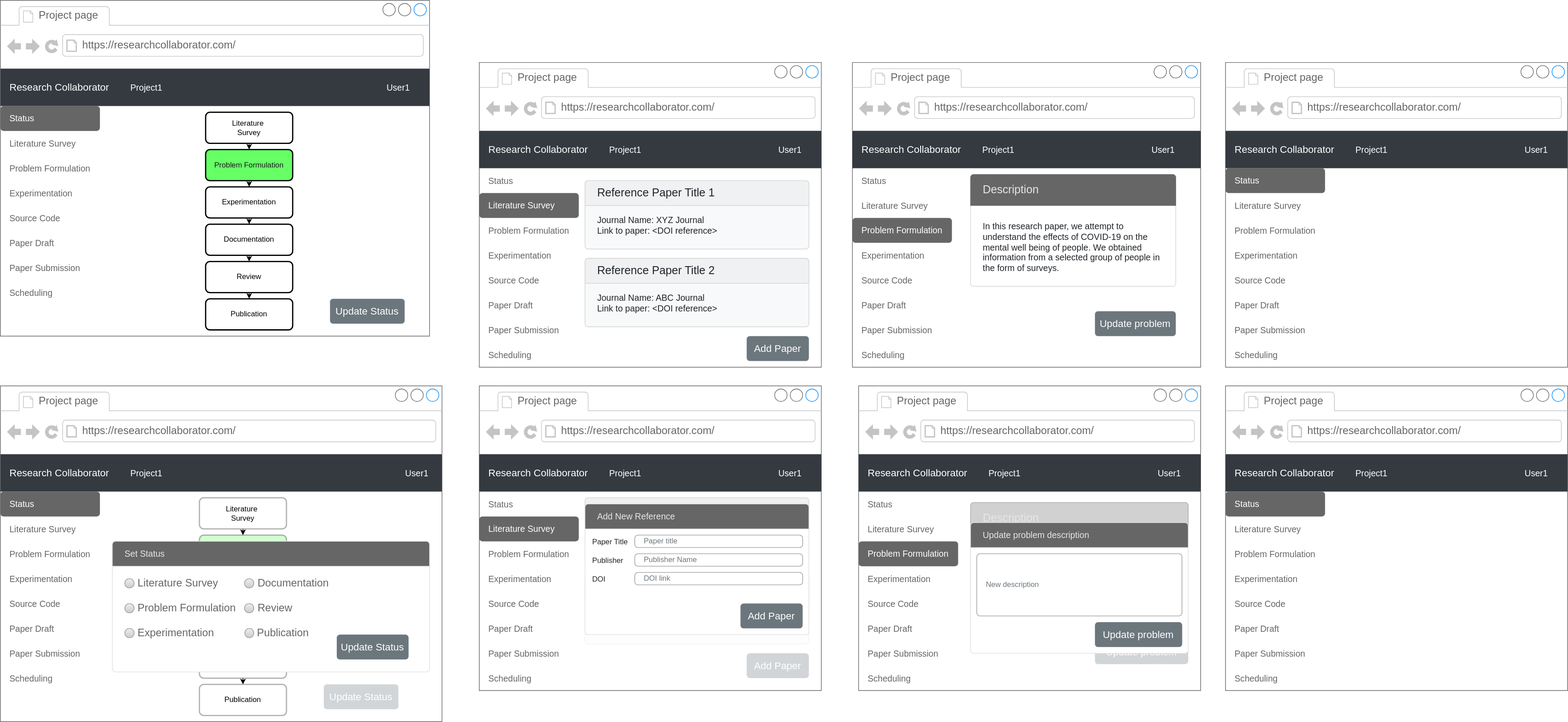
Before: mockups/project_tabs.svg, a diagram exported from draw.io (ajayago/research-collaborator). Source tidied: cells renumbered, new cells last; positions are measured from the earlier drawing's top-left corner, leaving out a move shared by most shapes.
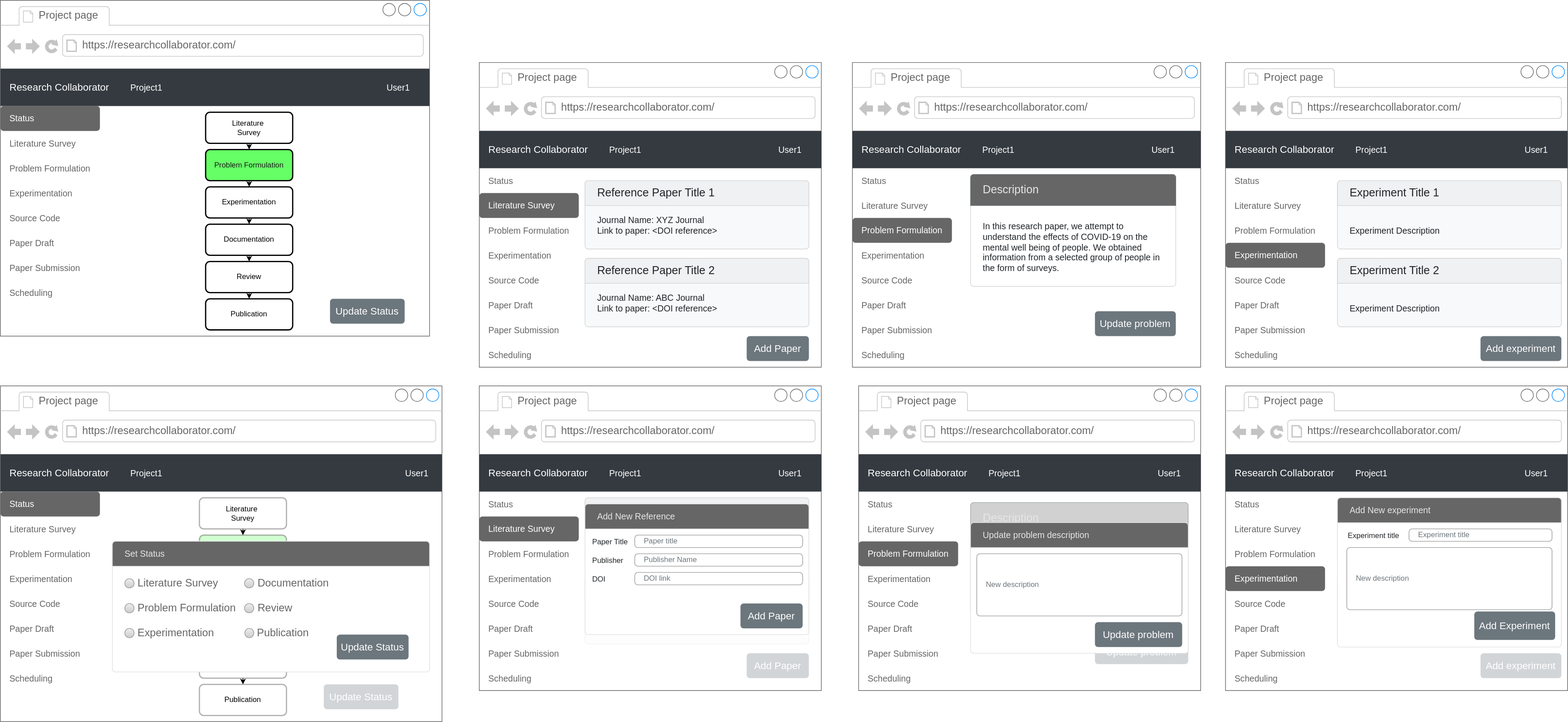
Later version of the same file.

Commit message:
Update project_tabs.svg - added experiment page

Diff of the diagram source:
```diff
@@ -183,8 +183,8 @@
         <mxPoint x="460" y="10" as="offset" />
       </mxGeometry>
     </mxCell>
-    <mxCell id="57" value="Status" style="html=1;shadow=0;dashed=0;shape=mxgraph.bootstrap.rrect;rSize=5;strokeColor=none;fontSize=14;fontColor=#ffffff;align=left;spacing=15;fillColor=#666666;" parent="51" vertex="1">
-      <mxGeometry y="170" width="160" height="40" as="geometry" />
+    <mxCell id="57" value="Experimentation" style="html=1;shadow=0;dashed=0;shape=mxgraph.bootstrap.rrect;rSize=5;strokeColor=none;fontSize=14;fontColor=#ffffff;align=left;spacing=15;fillColor=#666666;" parent="51" vertex="1">
+      <mxGeometry y="290" width="160" height="40" as="geometry" />
     </mxCell>
     <mxCell id="58" value="Literature Survey" style="fillColor=none;strokeColor=none;fontSize=14;align=left;spacing=15;fontColor=#666666;" parent="51" vertex="1">
       <mxGeometry y="210" width="130" height="40" as="geometry" />
@@ -192,8 +192,8 @@
     <mxCell id="59" value="Problem Formulation" style="fillColor=none;strokeColor=none;fontSize=14;align=left;spacing=15;fontColor=#666666;" parent="51" vertex="1">
       <mxGeometry y="250" width="130" height="40" as="geometry" />
     </mxCell>
-    <mxCell id="60" value="Experimentation" style="fillColor=none;strokeColor=none;fontSize=14;align=left;spacing=15;fontColor=#666666;" parent="51" vertex="1">
-      <mxGeometry y="290" width="130" height="40" as="geometry" />
+    <mxCell id="60" value="Status" style="fillColor=none;strokeColor=none;fontSize=14;align=left;spacing=15;fontColor=#666666;" parent="51" vertex="1">
+      <mxGeometry y="170" width="130" height="40" as="geometry" />
     </mxCell>
     <mxCell id="61" value="Source Code" style="fillColor=none;strokeColor=none;fontSize=14;align=left;spacing=15;fontColor=#666666;" parent="51" vertex="1">
       <mxGeometry y="330" width="130" height="40" as="geometry" />
@@ -207,6 +207,21 @@
     <mxCell id="64" value="Scheduling" style="fillColor=none;strokeColor=none;fontSize=14;align=left;spacing=15;fontColor=#666666;" parent="51" vertex="1">
       <mxGeometry y="450" width="130" height="40" as="geometry" />
     </mxCell>
+    <mxCell id="178" value="Experiment Description" style="html=1;shadow=0;dashed=0;shape=mxgraph.bootstrap.rrect;rSize=5;strokeColor=#D2D3D4;html=1;whiteSpace=wrap;fillColor=#F8F9FA;fontColor=#212529;verticalAlign=bottom;align=left;spacing=20;spacingBottom=0;fontSize=14;" parent="51" vertex="1">
+      <mxGeometry x="180" y="190" width="360" height="110" as="geometry" />
+    </mxCell>
+    <mxCell id="179" value="Experiment Title 1" style="html=1;shadow=0;dashed=0;shape=mxgraph.bootstrap.topButton;rSize=5;perimeter=none;whiteSpace=wrap;fillColor=#F0F1F2;strokeColor=#D2D3D4;fontColor=#212529;fontSize=18;align=left;spacing=20;" parent="178" vertex="1">
+      <mxGeometry width="360" height="40" relative="1" as="geometry" />
+    </mxCell>
+    <mxCell id="180" value="Experiment Description" style="html=1;shadow=0;dashed=0;shape=mxgraph.bootstrap.rrect;rSize=5;strokeColor=#D2D3D4;html=1;whiteSpace=wrap;fillColor=#F8F9FA;fontColor=#212529;verticalAlign=bottom;align=left;spacing=20;spacingBottom=0;fontSize=14;" parent="51" vertex="1">
+      <mxGeometry x="180" y="315" width="360" height="110" as="geometry" />
+    </mxCell>
+    <mxCell id="181" value="Experiment Title 2" style="html=1;shadow=0;dashed=0;shape=mxgraph.bootstrap.topButton;rSize=5;perimeter=none;whiteSpace=wrap;fillColor=#F0F1F2;strokeColor=#D2D3D4;fontColor=#212529;fontSize=18;align=left;spacing=20;" parent="180" vertex="1">
+      <mxGeometry width="360" height="40" relative="1" as="geometry" />
+    </mxCell>
+    <mxCell id="182" value="Add experiment" style="html=1;shadow=0;dashed=0;shape=mxgraph.bootstrap.rrect;rSize=5;strokeColor=none;strokeWidth=1;fillColor=#6C767D;fontColor=#FFFFFF;whiteSpace=wrap;align=center;verticalAlign=middle;spacingLeft=0;fontStyle=0;fontSize=16;spacing=5;" parent="51" vertex="1">
+      <mxGeometry x="410" y="440" width="130" height="40" as="geometry" />
+    </mxCell>
     <mxCell id="65" style="strokeWidth=1;shadow=0;dashed=0;align=center;html=1;shape=mxgraph.mockup.containers.browserWindow;rSize=0;strokeColor=#666666;strokeColor2=#008cff;strokeColor3=#c4c4c4;mainText=,;" parent="1" vertex="1">
       <mxGeometry y="620" width="710" height="540" as="geometry" />
     </mxCell>
@@ -433,8 +448,8 @@
         <mxPoint x="460" y="10" as="offset" />
       </mxGeometry>
     </mxCell>
-    <mxCell id="135" value="Status" style="html=1;shadow=0;dashed=0;shape=mxgraph.bootstrap.rrect;rSize=5;strokeColor=none;fontSize=14;fontColor=#ffffff;align=left;spacing=15;fillColor=#666666;" parent="129" vertex="1">
-      <mxGeometry y="170" width="160" height="40" as="geometry" />
+    <mxCell id="135" value="Experimentation" style="html=1;shadow=0;dashed=0;shape=mxgraph.bootstrap.rrect;rSize=5;strokeColor=none;fontSize=14;fontColor=#ffffff;align=left;spacing=15;fillColor=#666666;" parent="129" vertex="1">
+      <mxGeometry y="290" width="160" height="40" as="geometry" />
     </mxCell>
     <mxCell id="136" value="Literature Survey" style="fillColor=none;strokeColor=none;fontSize=14;align=left;spacing=15;fontColor=#666666;" parent="129" vertex="1">
       <mxGeometry y="210" width="130" height="40" as="geometry" />
@@ -442,8 +457,8 @@
     <mxCell id="137" value="Problem Formulation" style="fillColor=none;strokeColor=none;fontSize=14;align=left;spacing=15;fontColor=#666666;" parent="129" vertex="1">
       <mxGeometry y="250" width="130" height="40" as="geometry" />
     </mxCell>
-    <mxCell id="138" value="Experimentation" style="fillColor=none;strokeColor=none;fontSize=14;align=left;spacing=15;fontColor=#666666;" parent="129" vertex="1">
-      <mxGeometry y="290" width="130" height="40" as="geometry" />
+    <mxCell id="138" value="Status" style="fillColor=none;strokeColor=none;fontSize=14;align=left;spacing=15;fontColor=#666666;" parent="129" vertex="1">
+      <mxGeometry y="170" width="130" height="40" as="geometry" />
     </mxCell>
     <mxCell id="139" value="Source Code" style="fillColor=none;strokeColor=none;fontSize=14;align=left;spacing=15;fontColor=#666666;" parent="129" vertex="1">
       <mxGeometry y="330" width="130" height="40" as="geometry" />
@@ -457,6 +472,21 @@
     <mxCell id="142" value="Scheduling" style="fillColor=none;strokeColor=none;fontSize=14;align=left;spacing=15;fontColor=#666666;" parent="129" vertex="1">
       <mxGeometry y="450" width="130" height="40" as="geometry" />
     </mxCell>
+    <mxCell id="183" value="Experiment Description" style="html=1;shadow=0;dashed=0;shape=mxgraph.bootstrap.rrect;rSize=5;strokeColor=#D2D3D4;html=1;whiteSpace=wrap;fillColor=#F8F9FA;fontColor=#212529;verticalAlign=bottom;align=left;spacing=20;spacingBottom=0;fontSize=14;opacity=30;" parent="129" vertex="1">
+      <mxGeometry x="180" y="180" width="360" height="110" as="geometry" />
+    </mxCell>
+    <mxCell id="184" value="Experiment 1" style="html=1;shadow=0;dashed=0;shape=mxgraph.bootstrap.topButton;rSize=5;perimeter=none;whiteSpace=wrap;fillColor=#F0F1F2;strokeColor=#D2D3D4;fontColor=#212529;fontSize=18;align=left;spacing=20;opacity=30;" parent="183" vertex="1">
+      <mxGeometry width="360" height="40" relative="1" as="geometry" />
+    </mxCell>
+    <mxCell id="185" value="Experiment Description" style="html=1;shadow=0;dashed=0;shape=mxgraph.bootstrap.rrect;rSize=5;strokeColor=#D2D3D4;html=1;whiteSpace=wrap;fillColor=#F8F9FA;fontColor=#212529;verticalAlign=bottom;align=left;spacing=20;spacingBottom=0;fontSize=14;opacity=30;" parent="129" vertex="1">
+      <mxGeometry x="180" y="305" width="360" height="110" as="geometry" />
+    </mxCell>
+    <mxCell id="186" value="Experiment 2" style="html=1;shadow=0;dashed=0;shape=mxgraph.bootstrap.topButton;rSize=5;perimeter=none;whiteSpace=wrap;fillColor=#F0F1F2;strokeColor=#D2D3D4;fontColor=#212529;fontSize=18;align=left;spacing=20;opacity=30;" parent="185" vertex="1">
+      <mxGeometry width="360" height="40" relative="1" as="geometry" />
+    </mxCell>
+    <mxCell id="187" value="Add experiment" style="html=1;shadow=0;dashed=0;shape=mxgraph.bootstrap.rrect;rSize=5;strokeColor=none;strokeWidth=1;fillColor=#6C767D;fontColor=#FFFFFF;whiteSpace=wrap;align=center;verticalAlign=middle;spacingLeft=0;fontStyle=0;fontSize=16;spacing=5;opacity=30;" parent="129" vertex="1">
+      <mxGeometry x="410" y="430" width="130" height="40" as="geometry" />
+    </mxCell>
     <mxCell id="143" style="edgeStyle=orthogonalEdgeStyle;rounded=0;jettySize=auto;html=1;exitX=0.5;exitY=1;exitDx=0;exitDy=0;entryX=0.5;entryY=0;entryDx=0;entryDy=0;fontColor=#666666;" parent="1" edge="1" source="144" target="145">
       <mxGeometry relative="1" as="geometry" />
     </mxCell>
@@ -562,5 +592,23 @@
     <mxCell id="177" value="New description" style="html=1;shadow=0;dashed=0;shape=mxgraph.bootstrap.rrect;rSize=5;fillColor=none;strokeColor=#999999;align=left;spacing=15;fontSize=12;fontColor=#6C767D;" parent="1" vertex="1">
       <mxGeometry x="1570" y="890" width="330" height="100" as="geometry" />
     </mxCell>
+    <mxCell id="188" style="html=1;shadow=0;dashed=0;shape=mxgraph.bootstrap.rrect;rSize=5;strokeColor=#DFDFDF;html=1;whiteSpace=wrap;fillColor=#FFFFFF;fontColor=#000000;" parent="1" vertex="1">
+      <mxGeometry x="2150" y="800" width="360" height="240" as="geometry" />
+    </mxCell>
+    <mxCell id="189" value="&lt;font color=&quot;#e6e6e6&quot;&gt;Add New experiment&lt;/font&gt;" style="html=1;shadow=0;dashed=0;shape=mxgraph.bootstrap.topButton;strokeColor=inherit;rSize=5;perimeter=none;whiteSpace=wrap;align=left;spacing=20;fontSize=14;fillColor=#666666;" parent="188" vertex="1">
+      <mxGeometry width="360" height="40" relative="1" as="geometry" />
+    </mxCell>
+    <mxCell id="190" value="Add Experiment" style="html=1;shadow=0;dashed=0;shape=mxgraph.bootstrap.rrect;rSize=5;strokeColor=none;strokeWidth=1;fillColor=#6C767D;fontColor=#FFFFFF;whiteSpace=wrap;align=center;verticalAlign=middle;spacingLeft=0;fontStyle=0;fontSize=16;spacing=5;" parent="188" vertex="1">
+      <mxGeometry x="220" y="182.9" width="130" height="45.7" as="geometry" />
+    </mxCell>
+    <mxCell id="191" value="New description" style="html=1;shadow=0;dashed=0;shape=mxgraph.bootstrap.rrect;rSize=5;fillColor=none;strokeColor=#999999;align=left;spacing=15;fontSize=12;fontColor=#6C767D;" parent="1" vertex="1">
+      <mxGeometry x="2165" y="880" width="330" height="100" as="geometry" />
+    </mxCell>
+    <mxCell id="192" value="Experiment title" style="fillColor=none;strokeColor=none;align=left;fontSize=12;fontColor=#212529;" parent="1" vertex="1">
+      <mxGeometry x="2165" y="850" width="60" height="20" as="geometry" />
+    </mxCell>
+    <mxCell id="193" value="Experiment title" style="html=1;shadow=0;dashed=0;shape=mxgraph.bootstrap.rrect;rSize=5;fillColor=none;strokeColor=#999999;align=left;spacing=15;fontSize=12;fontColor=#6C767D;" parent="1" vertex="1">
+      <mxGeometry x="2265" y="850" width="230" height="20" as="geometry" />
+    </mxCell>
   </root>
 </mxGraphModel>
```
